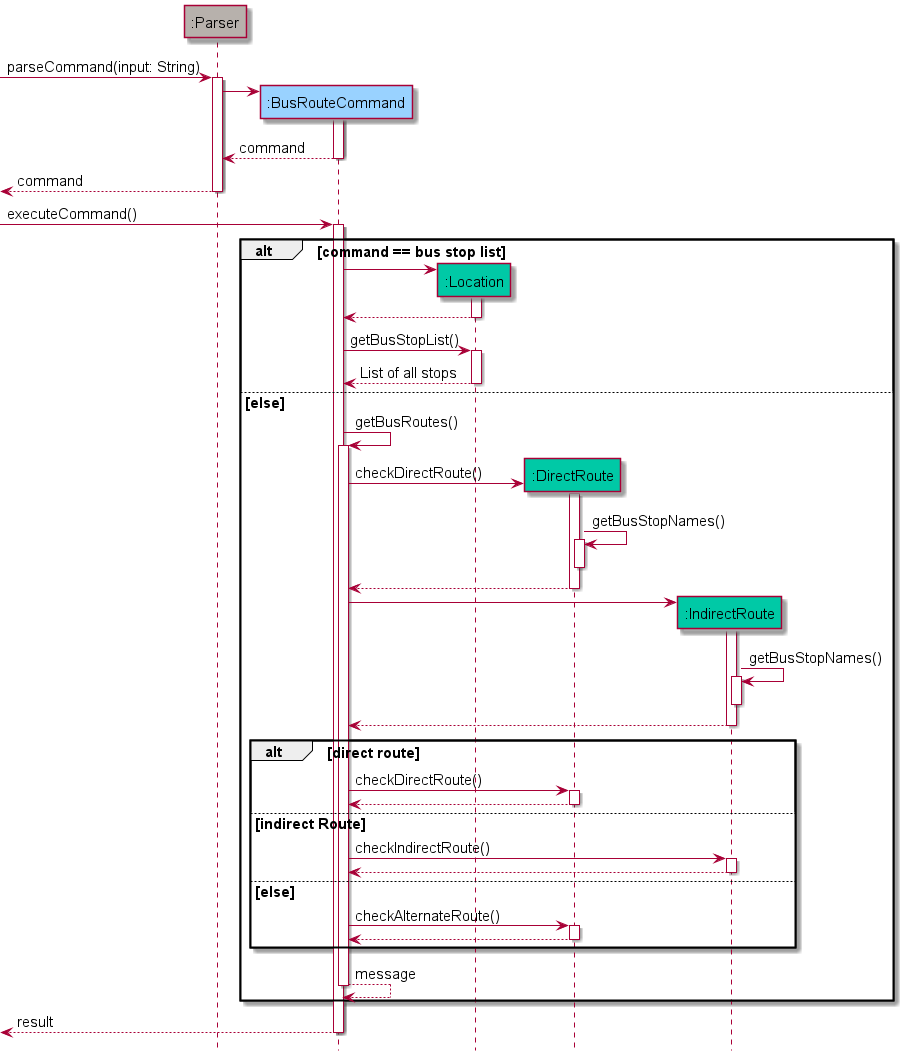
Before: docs/assets/images/BusRouteSequenceDiagram.png, a diagram exported from PlantUML (shyamgj1900/tp).
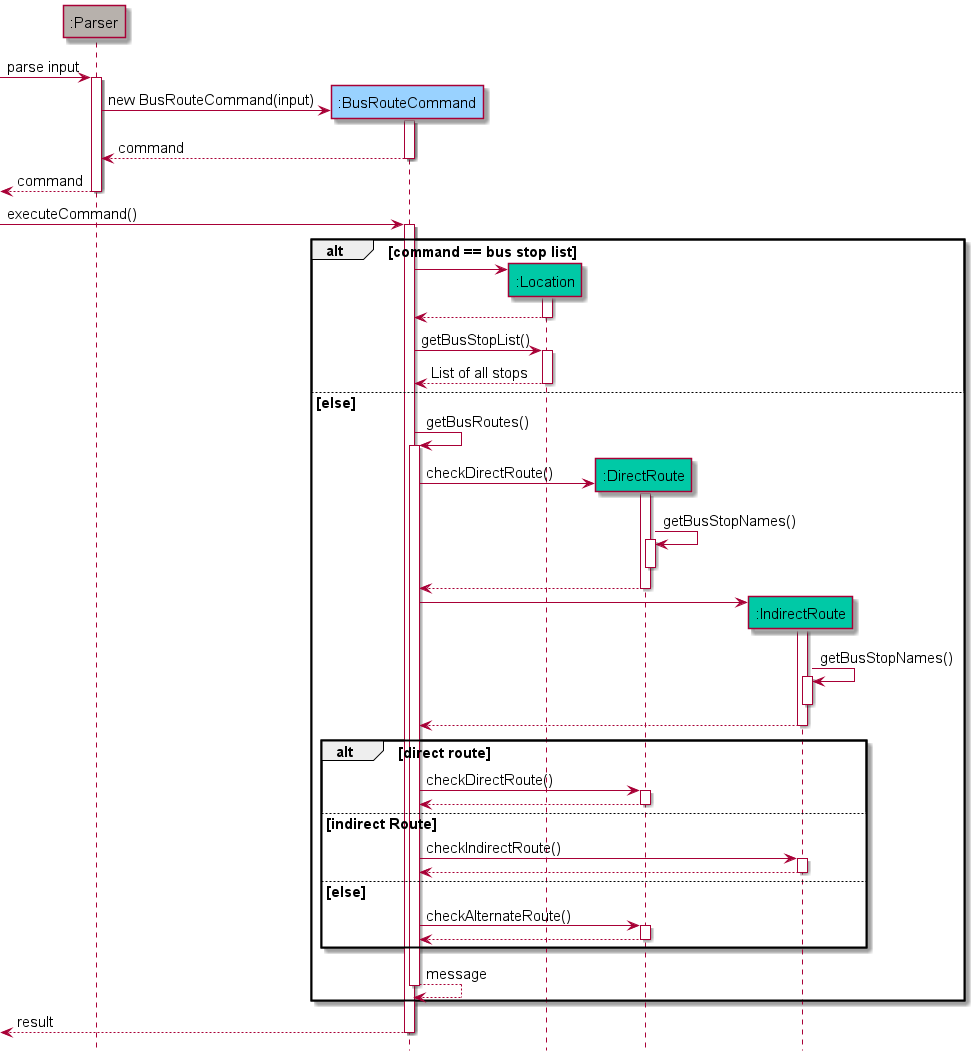
The same file after the commit.

Commit message:
lose weight for all sequence diagrams

The edit, as a diff of the source:
```diff
@@ -8,10 +8,10 @@
 participant ":Location" ROUTES_COLOR
 participant ":DirectRoute" ROUTES_COLOR
 participant ":IndirectRoute" ROUTES_COLOR
--> ":Parser": parseCommand(input: String)
+-> ":Parser": parse input
 activate ":Parser"
 create ":BusRouteCommand"
-":Parser" -> ":BusRouteCommand"
+":Parser" -> ":BusRouteCommand" : new BusRouteCommand(input)
 activate ":BusRouteCommand"
 return command
 deactivate ":BusRouteCommand"
```
